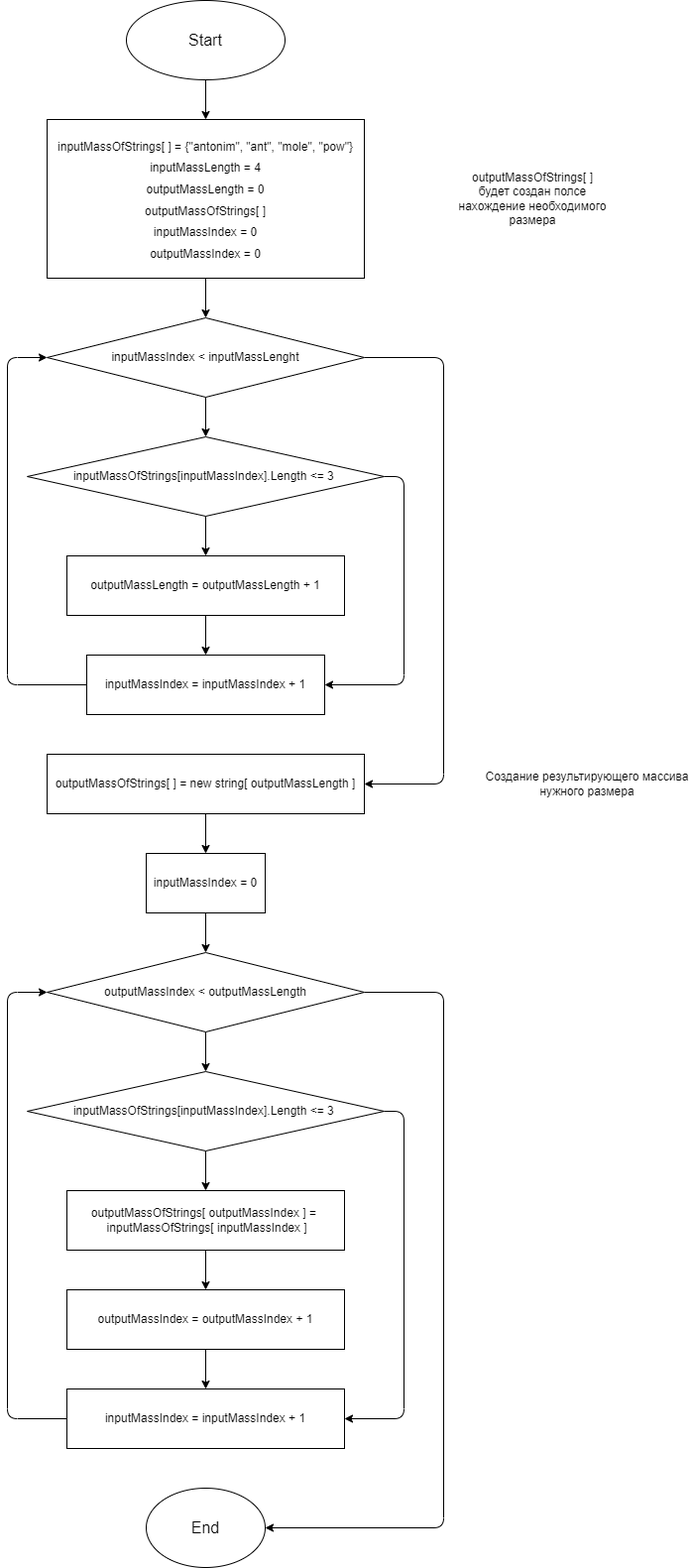
Above: Блок-схема.drawio.png in Chell406/Total-project-GB (draw.io), before the change. Source tidied: cells renumbered, new cells last; positions are measured from the earlier drawing's top-left corner, leaving out a move shared by most shapes.
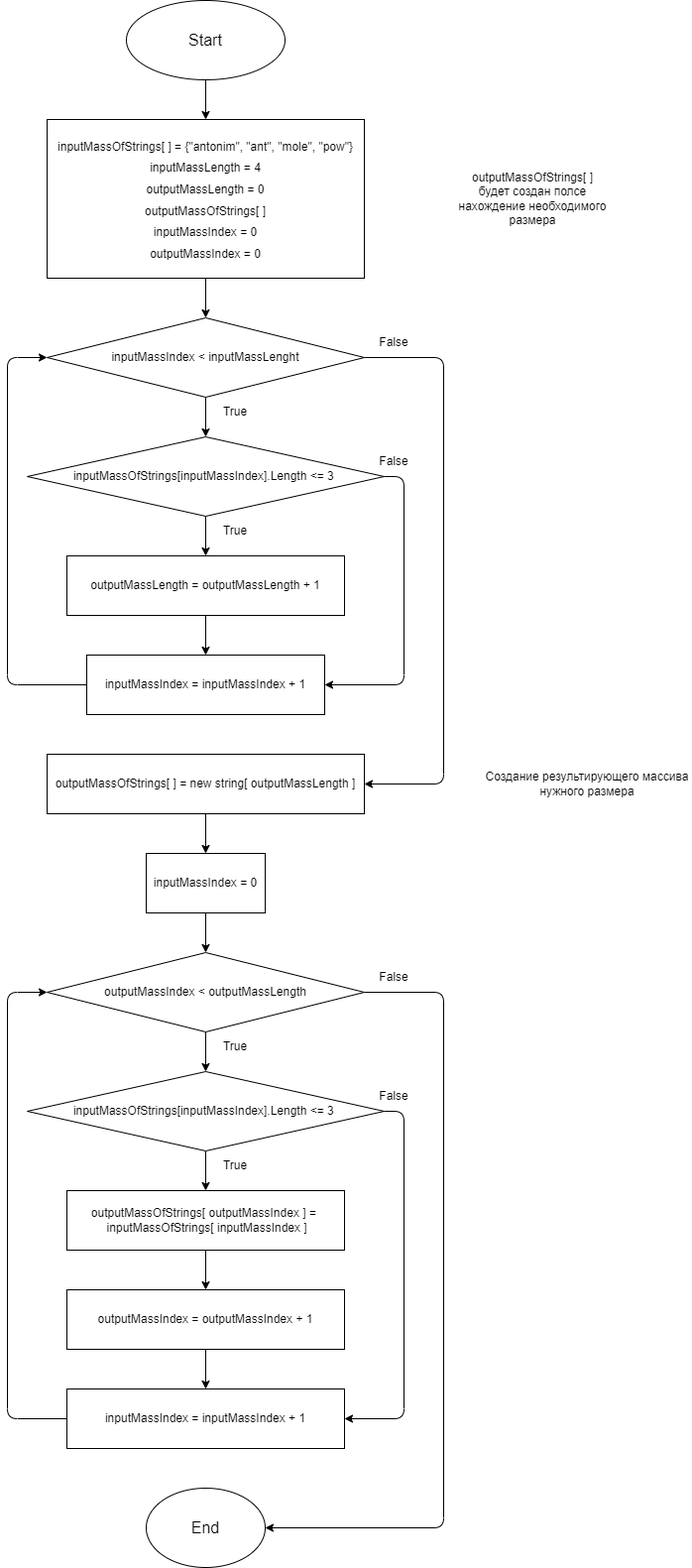
The same file after the commit.

Commit message:
Добавил метки True|False в блок-схеме к ветвлениям и циклам

What changed in the source:
```diff
@@ -131,5 +131,29 @@
     <mxCell id="34" value="&lt;font size=&quot;3&quot;&gt;End&lt;/font&gt;" style="ellipse;whiteSpace=wrap;html=1;fontSize=12;" parent="1" vertex="1">
       <mxGeometry x="140" y="1500" width="120" height="80" as="geometry" />
     </mxCell>
+    <mxCell id="35" value="True" style="text;html=1;strokeColor=none;fillColor=none;align=center;verticalAlign=middle;whiteSpace=wrap;rounded=0;" parent="1" vertex="1">
+      <mxGeometry x="200" y="400" width="60" height="30" as="geometry" />
+    </mxCell>
+    <mxCell id="36" value="False" style="text;html=1;strokeColor=none;fillColor=none;align=center;verticalAlign=middle;whiteSpace=wrap;rounded=0;" parent="1" vertex="1">
+      <mxGeometry x="360" y="330" width="60" height="30" as="geometry" />
+    </mxCell>
+    <mxCell id="37" value="False" style="text;html=1;strokeColor=none;fillColor=none;align=center;verticalAlign=middle;whiteSpace=wrap;rounded=0;" parent="1" vertex="1">
+      <mxGeometry x="360" y="450" width="60" height="30" as="geometry" />
+    </mxCell>
+    <mxCell id="38" value="False" style="text;html=1;strokeColor=none;fillColor=none;align=center;verticalAlign=middle;whiteSpace=wrap;rounded=0;" parent="1" vertex="1">
+      <mxGeometry x="360" y="970" width="60" height="30" as="geometry" />
+    </mxCell>
+    <mxCell id="39" value="False" style="text;html=1;strokeColor=none;fillColor=none;align=center;verticalAlign=middle;whiteSpace=wrap;rounded=0;" parent="1" vertex="1">
+      <mxGeometry x="360" y="1090" width="60" height="30" as="geometry" />
+    </mxCell>
+    <mxCell id="40" value="True" style="text;html=1;strokeColor=none;fillColor=none;align=center;verticalAlign=middle;whiteSpace=wrap;rounded=0;" parent="1" vertex="1">
+      <mxGeometry x="200" y="520" width="60" height="30" as="geometry" />
+    </mxCell>
+    <mxCell id="41" value="True" style="text;html=1;strokeColor=none;fillColor=none;align=center;verticalAlign=middle;whiteSpace=wrap;rounded=0;" parent="1" vertex="1">
+      <mxGeometry x="200" y="1040" width="60" height="30" as="geometry" />
+    </mxCell>
+    <mxCell id="42" value="True" style="text;html=1;strokeColor=none;fillColor=none;align=center;verticalAlign=middle;whiteSpace=wrap;rounded=0;" parent="1" vertex="1">
+      <mxGeometry x="200" y="1160" width="60" height="30" as="geometry" />
+    </mxCell>
   </root>
 </mxGraphModel>
```
